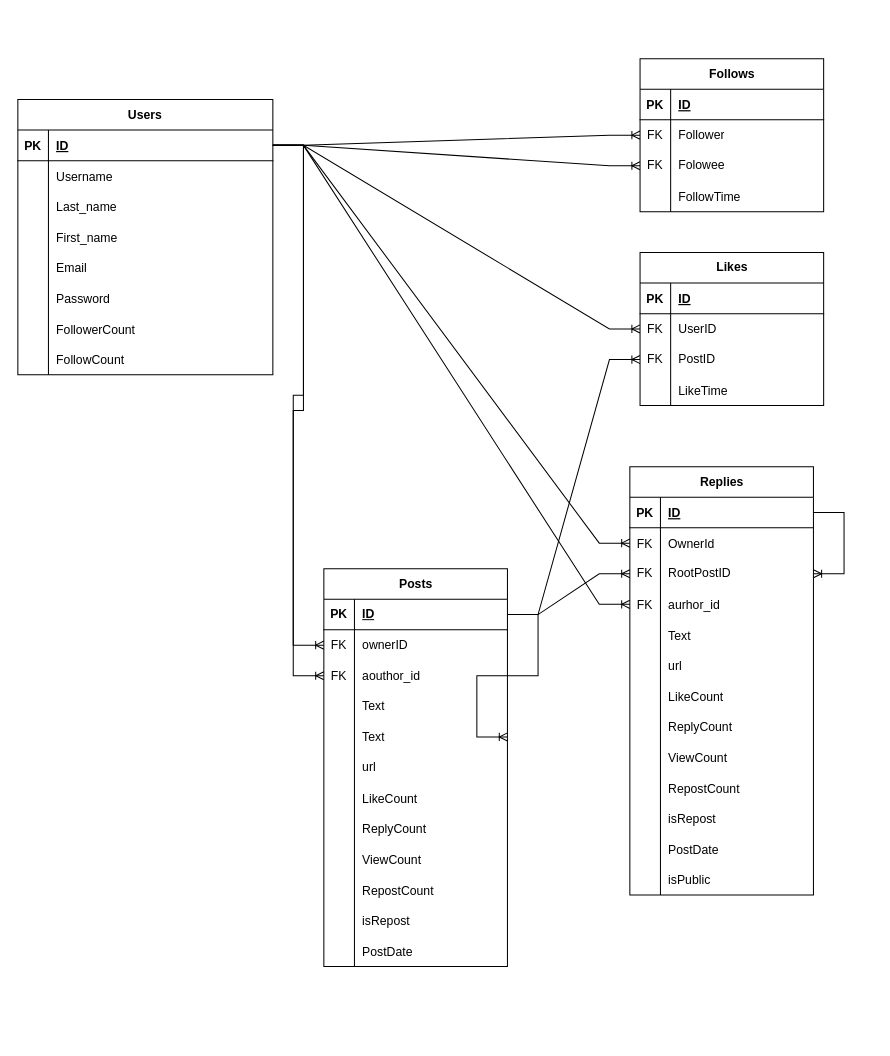
Above: Documentation/TwiterDB.drawio in DavidUKr/Twiter (draw.io), before the change. Source tidied: cells renumbered, new cells numbered last; positions are measured from the earlier drawing's top-left corner, leaving out a move shared by most shapes. Both pictures are drawn from the tidied source at 102%, with x=0, y=0 at pixel (17, 58).
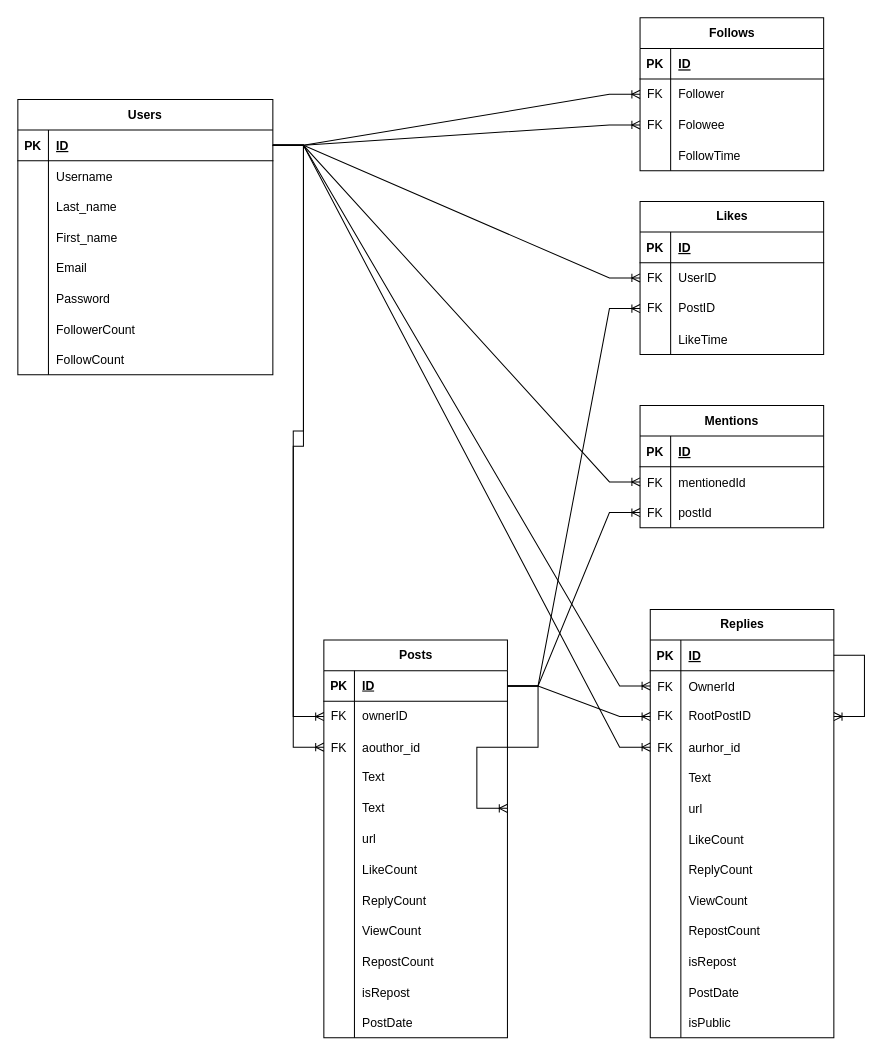
Above is the later version.

Commit message:
database diagram update

Unchanged cells that the change refers to:
```xml
<mxCell id="3" style="shape=partialRectangle;fillColor=none;points=[[0,0.5],[1,0.5]];portConstraint=eastwest;top=0;left=0;right=0;bottom=1;" parent="2" vertex="1">
  <mxGeometry y="30" width="250" height="30" as="geometry" />
</mxCell>
<mxCell id="43" style="shape=tableRow;horizontal=0;startSize=0;swimlaneHead=0;swimlaneBody=0;fillColor=none;points=[[0,0.5],[1,0.5]];portConstraint=eastwest;top=0;left=0;right=0;bottom=1;" parent="42" vertex="1">
  <mxGeometry y="30" width="180" height="30" as="geometry" />
</mxCell>
```

What changed in the source:
```diff
@@
     <mxCell id="27" value="Follows" style="shape=table;startSize=30;childLayout=tableLayout;rowLines=0;fontStyle=1;align=center;html=1;" parent="1" vertex="1">
-      <mxGeometry x="610" width="180" height="150" as="geometry" />
+      <mxGeometry x="610" y="-40" width="180" height="150" as="geometry" />
     </mxCell>
@@
     <mxCell id="42" value="Posts" style="shape=table;startSize=30;childLayout=tableLayout;rowLines=0;fontStyle=1;align=center;html=1;" parent="1" vertex="1">
-      <mxGeometry x="300" y="500" width="180" height="390" as="geometry" />
+      <mxGeometry x="300" y="570" width="180" height="390" as="geometry" />
     </mxCell>
@@
     <mxCell id="81" value="Replies" style="shape=table;startSize=30;childLayout=tableLayout;rowLines=0;fontStyle=1;align=center;html=1;" parent="1" vertex="1">
-      <mxGeometry x="600" y="400" width="180" height="420" as="geometry" />
+      <mxGeometry x="620" y="540" width="180" height="420" as="geometry" />
     </mxCell>
@@
     <mxCell id="123" value="Likes" style="shape=table;startSize=30;childLayout=tableLayout;rowLines=0;fontStyle=1;align=center;html=1;" parent="1" vertex="1">
-      <mxGeometry x="610" y="190" width="180" height="150" as="geometry" />
+      <mxGeometry x="610" y="140" width="180" height="150" as="geometry" />
     </mxCell>
@@
+    <mxCell id="141" value="Mentions" style="shape=table;startSize=30;childLayout=tableLayout;rowLines=0;fontStyle=1;align=center;" parent="1" vertex="1">
+      <mxGeometry x="610" y="340" width="180" height="120" as="geometry" />
+    </mxCell>
+    <mxCell id="142" style="shape=tableRow;horizontal=0;startSize=0;swimlaneHead=0;swimlaneBody=0;fillColor=none;top=0;left=0;right=0;bottom=1;" parent="141" vertex="1">
+      <mxGeometry y="30" width="180" height="30" as="geometry" />
+    </mxCell>
+    <mxCell id="143" value="PK" style="shape=partialRectangle;fillColor=none;top=0;left=0;bottom=0;right=0;fontStyle=1;overflow=hidden;" parent="142" vertex="1">
+      <mxGeometry width="30" height="30" as="geometry" />
+    </mxCell>
+    <mxCell id="144" value="ID" style="shape=partialRectangle;fillColor=none;top=0;left=0;bottom=0;right=0;align=left;spacingLeft=6;fontStyle=5;overflow=hidden;" parent="142" vertex="1">
+      <mxGeometry x="30" width="150" height="30" as="geometry" />
+    </mxCell>
+    <mxCell id="145" style="shape=tableRow;horizontal=0;startSize=0;swimlaneHead=0;swimlaneBody=0;fillColor=none;points=[[0,0.5],[1,0.5]];portConstraint=eastwest;top=0;left=0;right=0;bottom=0;" parent="141" vertex="1">
+      <mxGeometry y="60" width="180" height="30" as="geometry" />
+    </mxCell>
+    <mxCell id="146" value="FK" style="shape=partialRectangle;fillColor=none;top=0;left=0;bottom=0;right=0;overflow=hidden;" parent="145" vertex="1">
+      <mxGeometry width="30" height="30" as="geometry" />
+    </mxCell>
+    <mxCell id="147" value="mentionedId" style="shape=partialRectangle;fillColor=none;top=0;left=0;bottom=0;right=0;align=left;spacingLeft=6;overflow=hidden;" parent="145" vertex="1">
+      <mxGeometry x="30" width="150" height="30" as="geometry" />
+    </mxCell>
+    <mxCell id="148" style="shape=tableRow;horizontal=0;startSize=0;swimlaneHead=0;swimlaneBody=0;fillColor=none;points=[[0,0.5],[1,0.5]];portConstraint=eastwest;top=0;left=0;right=0;bottom=0;" parent="141" vertex="1">
+      <mxGeometry y="90" width="180" height="30" as="geometry" />
+    </mxCell>
+    <mxCell id="149" value="FK" style="shape=partialRectangle;fillColor=none;top=0;left=0;bottom=0;right=0;overflow=hidden;" parent="148" vertex="1">
+      <mxGeometry width="30" height="30" as="geometry" />
+    </mxCell>
+    <mxCell id="150" value="postId" style="shape=partialRectangle;fillColor=none;top=0;left=0;bottom=0;right=0;align=left;spacingLeft=6;overflow=hidden;" parent="148" vertex="1">
+      <mxGeometry x="30" width="150" height="30" as="geometry" />
+    </mxCell>
+    <mxCell id="151" style="edgeStyle=entityRelationEdgeStyle;fontSize=12;html=1;endArrow=ERoneToMany;rounded=0;entryX=0;entryY=0.5;entryDx=0;entryDy=0;exitX=1;exitY=0.5;exitDx=0;exitDy=0;" parent="1" edge="1" source="43" target="148">
+      <mxGeometry relative="1" as="geometry" />
+    </mxCell>
+    <mxCell id="152" style="edgeStyle=entityRelationEdgeStyle;fontSize=12;html=1;endArrow=ERoneToMany;rounded=0;exitX=1;exitY=0.5;exitDx=0;exitDy=0;" parent="1" edge="1" source="3" target="145">
+      <mxGeometry relative="1" as="geometry" />
+    </mxCell>
```
